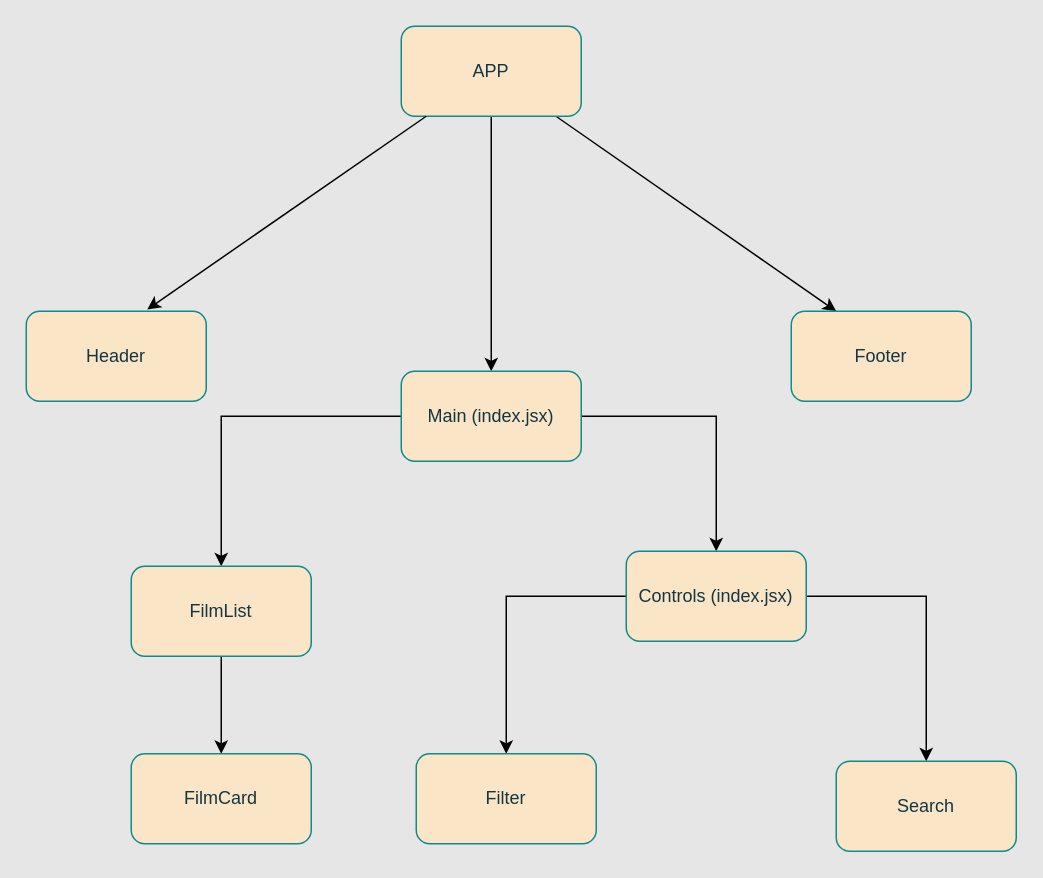
This is project-films.drawio from pavel08091997/project-films, a draw.io file, before an edit. Source tidied: cells renumbered, new cells numbered last; positions are measured from the earlier drawing's top-left corner, leaving out a move shared by most shapes. Both pictures are drawn from the tidied source at 150%, with x=0, y=0 at pixel (26, 26).
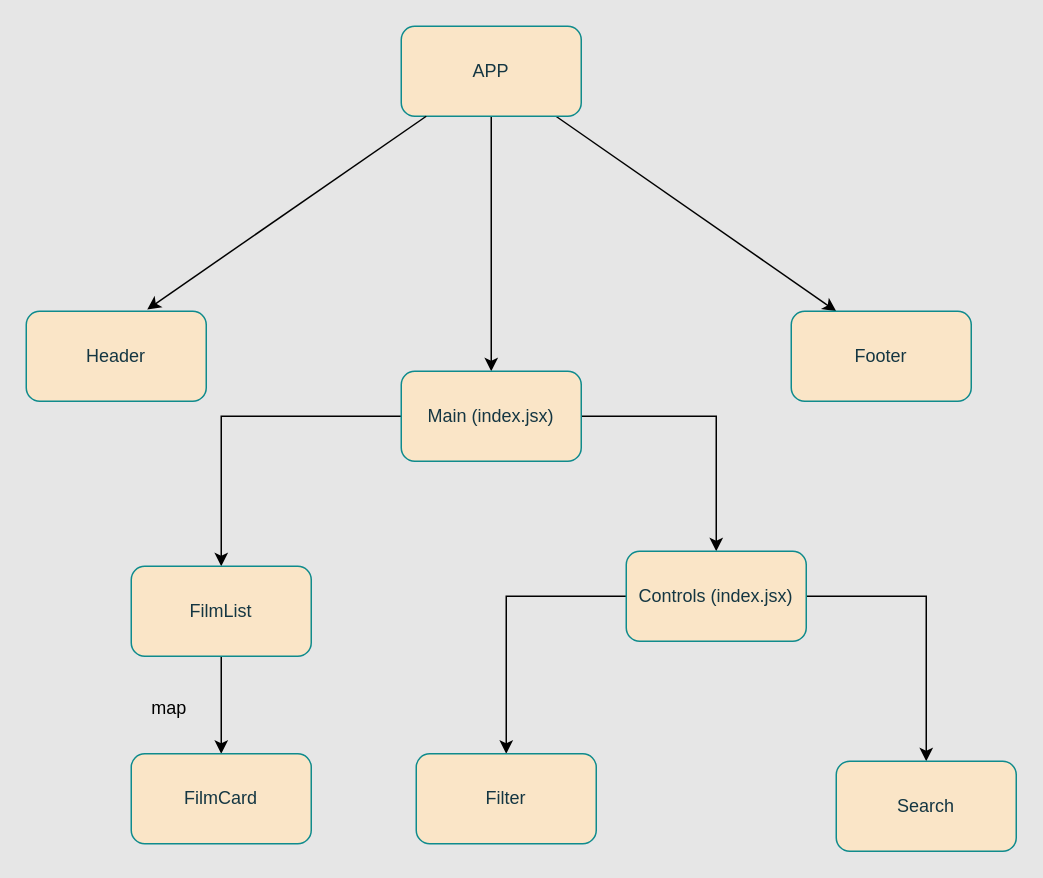
The same diagram, later.

Diff of the diagram source:
```diff
@@
 <mxGraphModel background="light-dark(#E6E6E6,#121212)">
   <root>
     <mxCell id="0" />
     <mxCell id="1" parent="0" />
     <mxCell id="2" style="edgeStyle=none;html=1;" parent="1" edge="1" source="4" target="9">
       <mxGeometry relative="1" as="geometry" />
     </mxCell>
     <mxCell id="3" style="edgeStyle=none;html=1;entryX=0.25;entryY=0;entryDx=0;entryDy=0;" parent="1" edge="1" source="4" target="6">
       <mxGeometry relative="1" as="geometry" />
     </mxCell>
     <mxCell id="4" value="APP" style="rounded=1;whiteSpace=wrap;html=1;labelBackgroundColor=none;fillColor=#FAE5C7;strokeColor=#0F8B8D;fontColor=#143642;" parent="1" vertex="1">
       <mxGeometry x="250" width="120" height="60" as="geometry" />
     </mxCell>
     <mxCell id="5" value="Header" style="rounded=1;whiteSpace=wrap;html=1;labelBackgroundColor=none;fillColor=#FAE5C7;strokeColor=#0F8B8D;fontColor=#143642;" parent="1" vertex="1">
       <mxGeometry y="190" width="120" height="60" as="geometry" />
     </mxCell>
     <mxCell id="6" value="Footer" style="whiteSpace=wrap;html=1;rounded=1;labelBackgroundColor=none;fillColor=#FAE5C7;strokeColor=#0F8B8D;fontColor=#143642;" parent="1" vertex="1">
       <mxGeometry x="510" y="190" width="120" height="60" as="geometry" />
     </mxCell>
     <mxCell id="7" style="edgeStyle=orthogonalEdgeStyle;rounded=0;jettySize=auto;html=1;entryX=0.5;entryY=0;entryDx=0;entryDy=0;" parent="1" edge="1" source="9" target="11">
       <mxGeometry relative="1" as="geometry" />
     </mxCell>
     <mxCell id="8" style="edgeStyle=orthogonalEdgeStyle;rounded=0;jettySize=auto;html=1;entryX=0.5;entryY=0;entryDx=0;entryDy=0;" parent="1" edge="1" source="9" target="14">
       <mxGeometry relative="1" as="geometry" />
     </mxCell>
     <mxCell id="9" value="Main (index.jsx)" style="rounded=1;whiteSpace=wrap;html=1;labelBackgroundColor=none;fillColor=#FAE5C7;strokeColor=#0F8B8D;fontColor=#143642;" parent="1" vertex="1">
       <mxGeometry x="250" y="230" width="120" height="60" as="geometry" />
     </mxCell>
     <mxCell id="10" style="edgeStyle=orthogonalEdgeStyle;rounded=0;jettySize=auto;html=1;" parent="1" edge="1" source="11" target="17">
       <mxGeometry relative="1" as="geometry" />
     </mxCell>
     <mxCell id="11" value="FilmList" style="rounded=1;whiteSpace=wrap;html=1;labelBackgroundColor=none;fillColor=#FAE5C7;strokeColor=#0F8B8D;fontColor=#143642;" parent="1" vertex="1">
       <mxGeometry x="70" y="360" width="120" height="60" as="geometry" />
     </mxCell>
     <mxCell id="12" style="edgeStyle=orthogonalEdgeStyle;rounded=0;jettySize=auto;html=1;" parent="1" edge="1" source="14" target="15">
       <mxGeometry relative="1" as="geometry" />
     </mxCell>
     <mxCell id="13" style="edgeStyle=orthogonalEdgeStyle;rounded=0;jettySize=auto;html=1;" parent="1" edge="1" source="14" target="16">
       <mxGeometry relative="1" as="geometry" />
     </mxCell>
     <mxCell id="14" value="Controls (index.jsx)" style="rounded=1;whiteSpace=wrap;html=1;labelBackgroundColor=none;fillColor=#FAE5C7;strokeColor=#0F8B8D;fontColor=#143642;" parent="1" vertex="1">
       <mxGeometry x="400" y="350" width="120" height="60" as="geometry" />
     </mxCell>
     <mxCell id="15" value="Search" style="whiteSpace=wrap;html=1;fillColor=#FAE5C7;strokeColor=#0F8B8D;fontColor=#143642;rounded=1;labelBackgroundColor=none;" parent="1" vertex="1">
       <mxGeometry x="540" y="490" width="120" height="60" as="geometry" />
     </mxCell>
     <mxCell id="16" value="Filter" style="whiteSpace=wrap;html=1;fillColor=#FAE5C7;strokeColor=#0F8B8D;fontColor=#143642;rounded=1;labelBackgroundColor=none;" parent="1" vertex="1">
       <mxGeometry x="260" y="485" width="120" height="60" as="geometry" />
     </mxCell>
     <mxCell id="17" value="FilmCard" style="whiteSpace=wrap;html=1;fillColor=#FAE5C7;strokeColor=#0F8B8D;fontColor=#143642;rounded=1;labelBackgroundColor=none;" parent="1" vertex="1">
       <mxGeometry x="70" y="485" width="120" height="60" as="geometry" />
     </mxCell>
     <mxCell id="18" style="edgeStyle=none;html=1;entryX=0.672;entryY=-0.02;entryDx=0;entryDy=0;entryPerimeter=0;" parent="1" edge="1" source="4" target="5">
       <mxGeometry relative="1" as="geometry" />
     </mxCell>
+    <mxCell id="19" value="map" style="text;html=1;align=center;verticalAlign=middle;strokeColor=none;fillColor=none;" parent="1" vertex="1">
+      <mxGeometry x="70" y="440" width="50" height="30" as="geometry" />
+    </mxCell>
   </root>
 </mxGraphModel>
```
